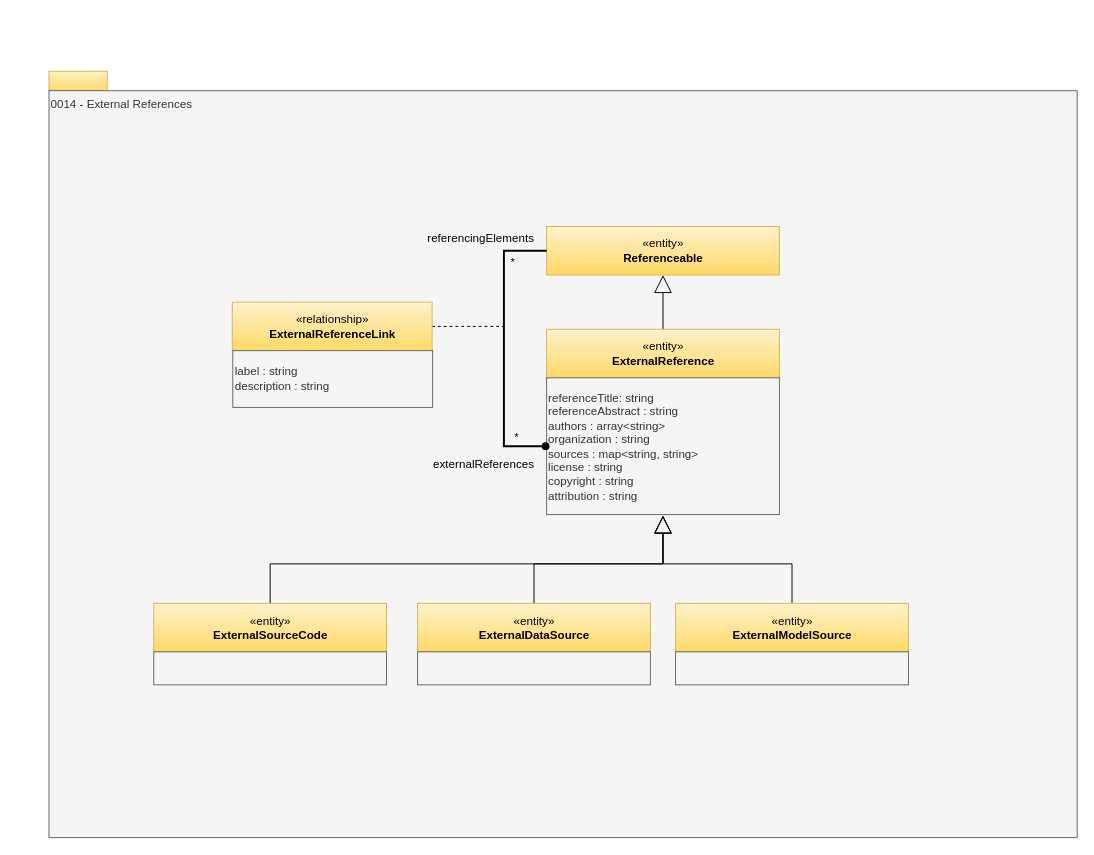
Before: page "0014-External-References" (9 of 32) of site/docs/types/0/area-0-basic-types-and-infrastructure.drawio in odpi/egeria-docs, a draw.io diagram. Source tidied: cells renumbered, new cells numbered last; positions are measured from the earlier drawing's top-left corner, leaving out a move shared by most shapes. Both pictures are drawn from the tidied source at 97%, with x=0, y=0 at pixel (48, 71).
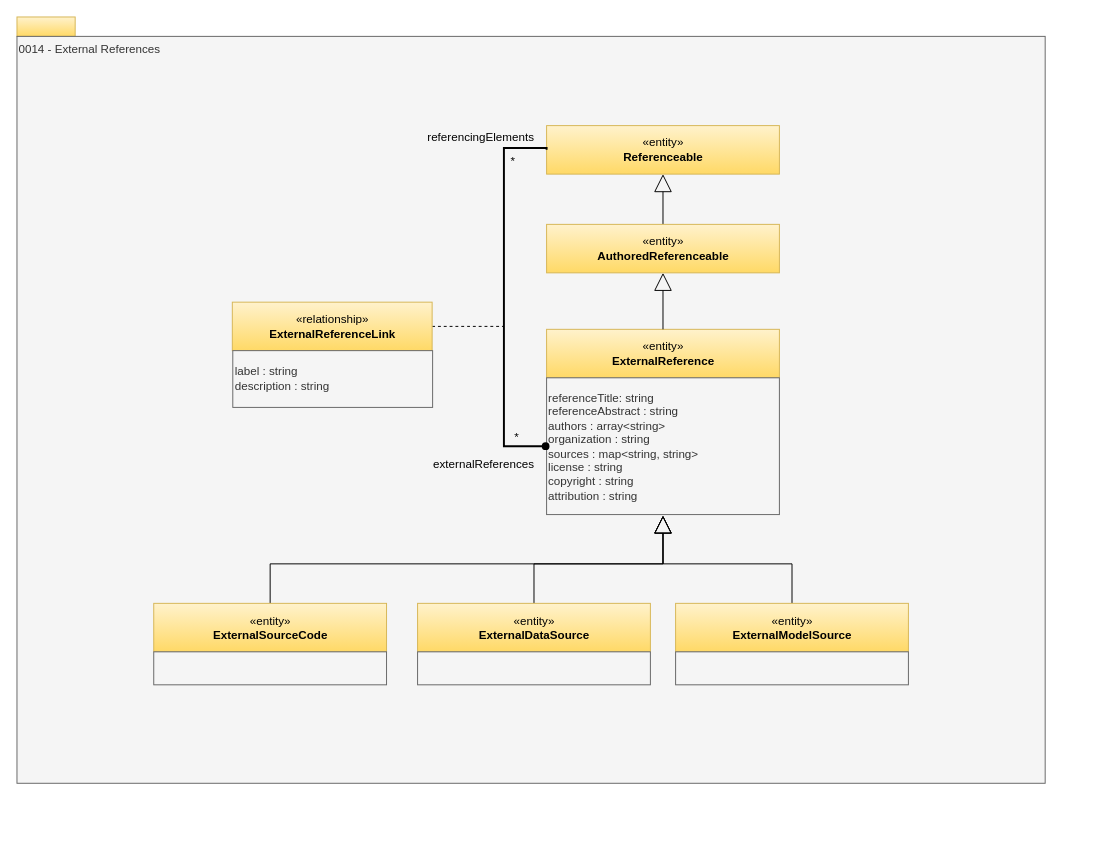
After the change.

The change refers to these unchanged cells:
```xml
<mxCell id="9" value="«entity»&lt;br&gt;&lt;b&gt;ExternalReference&lt;/b&gt;" style="html=1;strokeColor=#d6b656;align=center;fillColor=#fff2cc;gradientColor=#ffd966;" parent="1" vertex="1">
  <mxGeometry x="513" y="266" width="240" height="50" as="geometry" />
</mxCell>
<mxCell id="10" value="&lt;div&gt;referenceTitle: string&lt;br&gt;referenceAbstract : string&lt;br&gt;authors : array&amp;lt;string&amp;gt;&lt;div&gt;organization : string&lt;/div&gt;&lt;div&gt;sources : map&amp;lt;string, string&amp;gt;&lt;br&gt;license : string&lt;br&gt;copyright : string&lt;br&gt;attribution : string&lt;div style=&quot;text-align: left&quot;&gt;&lt;/div&gt;&lt;/div&gt;&lt;/div&gt;" style="rounded=0;whiteSpace=wrap;html=1;strokeColor=#666666;align=left;perimeterSpacing=1;fillColor=#f5f5f5;fontColor=#333333;" parent="1" vertex="1">
  <mxGeometry x="513" y="316" width="240" height="141" as="geometry" />
</mxCell>
```

The edit, as a diff of the source:
```diff
@@
     <mxCell id="2" style="rounded=0;whiteSpace=wrap;html=1;align=left;fillColor=#fff2cc;strokeColor=#d6b656;gradientColor=#ffd966;" parent="1" vertex="1">
-      <mxGeometry width="60" height="20" as="geometry" />
+      <mxGeometry x="-33" y="-56" width="60" height="20" as="geometry" />
     </mxCell>
     <mxCell id="3" value="0014 - External References" style="rounded=0;whiteSpace=wrap;html=1;align=left;verticalAlign=top;fillColor=#f5f5f5;fontColor=#333333;strokeColor=#666666;" parent="1" vertex="1">
-      <mxGeometry y="20" width="1060" height="770" as="geometry" />
+      <mxGeometry x="-33" y="-36" width="1060" height="770" as="geometry" />
     </mxCell>
     <mxCell id="4" value="«entity»&lt;br&gt;&lt;b&gt;Referenceable&lt;/b&gt;" style="html=1;strokeColor=#d6b656;align=center;fillColor=#fff2cc;gradientColor=#ffd966;" parent="1" vertex="1">
-      <mxGeometry x="513" y="160" width="240" height="50" as="geometry" />
+      <mxGeometry x="513" y="56" width="240" height="50" as="geometry" />
     </mxCell>
@@
-    <mxCell id="8" style="edgeStyle=orthogonalEdgeStyle;rounded=0;jettySize=auto;html=1;exitX=0.5;exitY=0;exitDx=0;exitDy=0;endArrow=block;endFill=0;endSize=16;" parent="1" edge="1" source="9" target="4">
+    <mxCell id="8" style="edgeStyle=orthogonalEdgeStyle;rounded=0;jettySize=auto;html=1;exitX=0.5;exitY=0;exitDx=0;exitDy=0;endArrow=block;endFill=0;endSize=16;" parent="1" edge="1" source="25" target="4">
       <mxGeometry relative="1" as="geometry" />
     </mxCell>
@@
     <mxCell id="14" value="referencingElements" style="text;html=1;align=center;verticalAlign=top;spacingTop=-4;" parent="1" vertex="1">
-      <mxGeometry x="381" y="162" width="128" height="20" as="geometry" />
+      <mxGeometry x="381" y="58" width="128" height="20" as="geometry" />
     </mxCell>
     <mxCell id="15" value="*" style="text;html=1;align=center;verticalAlign=top;spacingTop=-4;" parent="1" vertex="1">
-      <mxGeometry x="470.5" y="187" width="15" height="14" as="geometry" />
+      <mxGeometry x="470.5" y="83" width="15" height="14" as="geometry" />
     </mxCell>
@@
     <mxCell id="18" style="edgeStyle=orthogonalEdgeStyle;rounded=0;html=1;exitX=0;exitY=0.5;entryX=0;entryY=0.5;endArrow=none;endFill=0;jettySize=auto;startArrow=oval;startFill=1;strokeWidth=2;exitDx=0;exitDy=0;" parent="1" edge="1" source="10" target="4">
       <mxGeometry relative="1" as="geometry">
         <Array as="points">
-          <mxPoint x="512" y="386" />
-          <mxPoint x="469" y="386" />
-          <mxPoint x="469" y="185" />
+          <mxPoint x="469" y="387" />
+          <mxPoint x="469" y="79" />
+          <mxPoint x="513" y="79" />
         </Array>
       </mxGeometry>
     </mxCell>
@@
+    <mxCell id="25" value="«entity»&lt;br&gt;&lt;b&gt;AuthoredReferenceable&lt;/b&gt;" style="html=1;strokeColor=#d6b656;align=center;fillColor=#fff2cc;gradientColor=#ffd966;" parent="1" vertex="1">
+      <mxGeometry x="513" y="157.8" width="240" height="50" as="geometry" />
+    </mxCell>
+    <mxCell id="26" style="edgeStyle=orthogonalEdgeStyle;rounded=0;jettySize=auto;html=1;exitX=0.5;exitY=0;exitDx=0;exitDy=0;endArrow=block;endFill=0;endSize=16;" parent="1" edge="1" source="9" target="25">
+      <mxGeometry relative="1" as="geometry" />
+    </mxCell>
```
